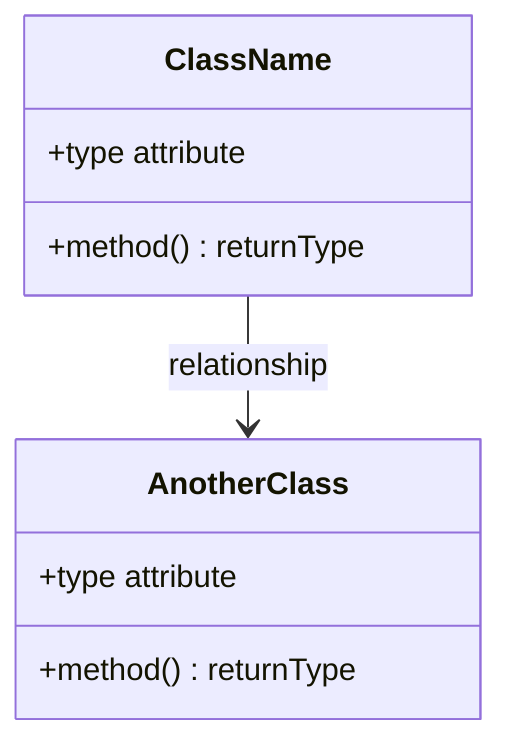
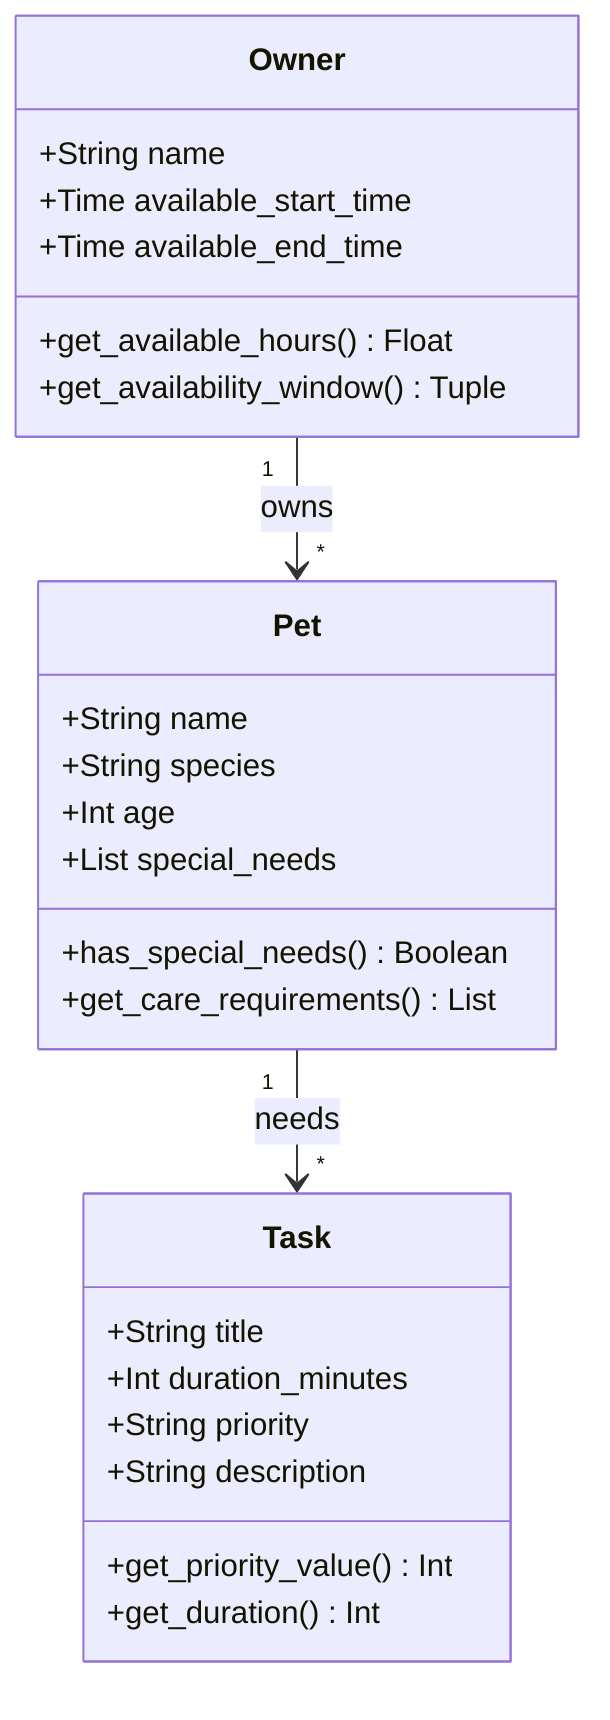
classDiagram
-     %% Replace the placeholders below with your actual classes, attributes, methods, and relationships.
-     %% Keep this file updated so it matches your final implementation.
+     %% PawPal+ Pet Care Scheduling System
+     %% Initial design with 3 core classes

-     class ClassName {
-         +type attribute
-         +method() returnType
+     class Owner {
+         +String name
+         +Time available_start_time
+         +Time available_end_time
+         +get_available_hours() Float
+         +get_availability_window() Tuple
    }

-     class AnotherClass {
-         +type attribute
-         +method() returnType
+     class Pet {
+         +String name
+         +String species
+         +Int age
+         +List special_needs
+         +has_special_needs() Boolean
+         +get_care_requirements() List
    }

-     ClassName --> AnotherClass : relationship
+     class Task {
+         +String title
+         +Int duration_minutes
+         +String priority
+         +String description
+         +get_priority_value() Int
+         +get_duration() Int
+     }
+ 
+     %% Relationships
+     Owner "1" --> "*" Pet : owns
+     Pet "1" --> "*" Task : needs
